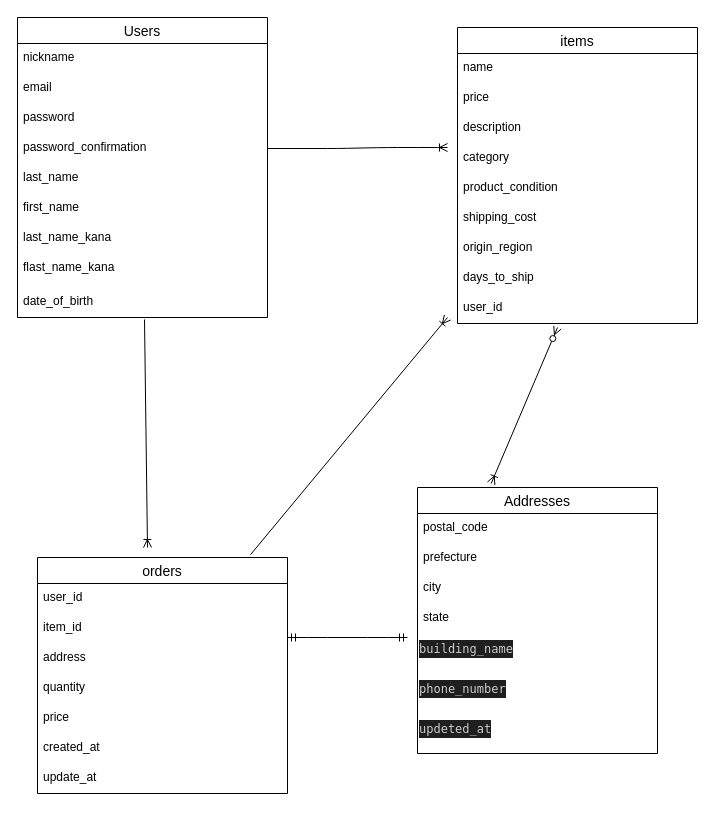
asoy1206upi/furima-39647 keeps this draw.io diagram as page "ページ1" (1 of 2) of app/views/test.dio. Above is the earlier version. Source tidied: cells renumbered, new cells numbered last; positions are measured from the earlier drawing's top-left corner, leaving out a move shared by most shapes. Both pictures are drawn from the tidied source at 100%, with x=0, y=0 at pixel (17, 17).
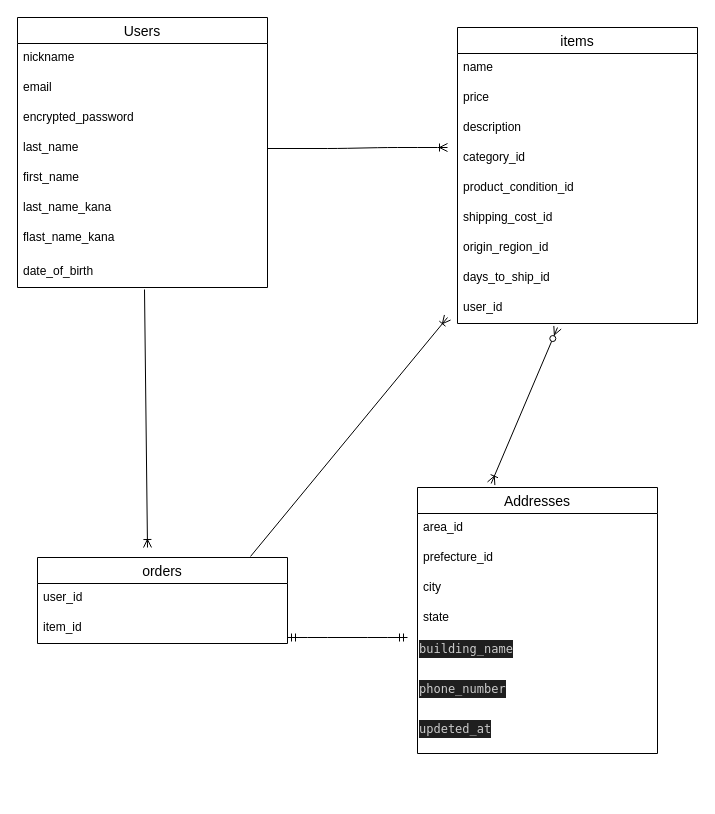
The same page after the edit.

The change refers to these unchanged cells:
```xml
<mxCell id="12" value="items" style="swimlane;fontStyle=0;horizontal=1;startSize=26;align=center;fontSize=14;" parent="1" vertex="1">
  <mxGeometry x="440" y="10" width="240" height="296" as="geometry" />
</mxCell>
<mxCell id="23" value="Addresses" style="swimlane;fontStyle=0;horizontal=1;startSize=26;align=center;fontSize=14;" parent="1" vertex="1">
  <mxGeometry x="400" y="470" width="240" height="266" as="geometry" />
</mxCell>
```

Diff of the diagram source:
```diff
@@
     <mxCell id="2" value="Users" style="swimlane;fontStyle=0;horizontal=1;startSize=26;align=center;fontSize=14;" parent="1" vertex="1">
-      <mxGeometry width="250" height="300" as="geometry" />
+      <mxGeometry width="250" height="270" as="geometry" />
     </mxCell>
@@
-    <mxCell id="5" value="password" style="text;strokeColor=none;fillColor=none;spacingLeft=4;spacingRight=4;overflow=hidden;fontSize=12;" parent="2" vertex="1">
+    <mxCell id="5" value="encrypted_password" style="text;strokeColor=none;fillColor=none;spacingLeft=4;spacingRight=4;overflow=hidden;fontSize=12;" parent="2" vertex="1">
       <mxGeometry y="86" width="250" height="30" as="geometry" />
     </mxCell>
-    <mxCell id="6" value="password_confirmation" style="text;strokeColor=none;fillColor=none;spacingLeft=4;spacingRight=4;overflow=hidden;points=[[0,0.5],[1,0.5]];portConstraint=eastwest;fontSize=12;" parent="2" vertex="1">
-      <mxGeometry y="116" width="250" height="30" as="geometry" />
-    </mxCell>
     <mxCell id="7" value="last_name" style="text;strokeColor=none;fillColor=none;spacingLeft=4;spacingRight=4;overflow=hidden;fontSize=12;" parent="2" vertex="1">
-      <mxGeometry y="146" width="250" height="30" as="geometry" />
+      <mxGeometry y="116" width="250" height="30" as="geometry" />
     </mxCell>
     <mxCell id="8" value="first_name" style="text;strokeColor=none;fillColor=none;spacingLeft=4;spacingRight=4;overflow=hidden;fontSize=12;" parent="2" vertex="1">
-      <mxGeometry y="176" width="250" height="30" as="geometry" />
+      <mxGeometry y="146" width="250" height="30" as="geometry" />
     </mxCell>
     <mxCell id="9" value="last_name_kana" style="text;strokeColor=none;fillColor=none;spacingLeft=4;spacingRight=4;overflow=hidden;fontSize=12;" parent="2" vertex="1">
-      <mxGeometry y="206" width="250" height="30" as="geometry" />
+      <mxGeometry y="176" width="250" height="30" as="geometry" />
     </mxCell>
     <mxCell id="10" value="flast_name_kana" style="text;strokeColor=none;fillColor=none;spacingLeft=4;spacingRight=4;overflow=hidden;fontSize=12;" parent="2" vertex="1">
-      <mxGeometry y="236" width="250" height="34" as="geometry" />
+      <mxGeometry y="206" width="250" height="34" as="geometry" />
     </mxCell>
     <mxCell id="11" value="date_of_birth" style="text;strokeColor=none;fillColor=none;spacingLeft=4;spacingRight=4;overflow=hidden;points=[[0,0.5],[1,0.5]];portConstraint=eastwest;fontSize=12;" parent="2" vertex="1">
-      <mxGeometry y="270" width="250" height="30" as="geometry" />
+      <mxGeometry y="240" width="250" height="30" as="geometry" />
     </mxCell>
@@
-    <mxCell id="16" value="category" style="text;strokeColor=none;fillColor=none;spacingLeft=4;spacingRight=4;overflow=hidden;fontSize=12;" parent="12" vertex="1">
+    <mxCell id="16" value="category_id" style="text;strokeColor=none;fillColor=none;spacingLeft=4;spacingRight=4;overflow=hidden;fontSize=12;" parent="12" vertex="1">
       <mxGeometry y="116" width="240" height="30" as="geometry" />
     </mxCell>
-    <mxCell id="17" value="product_condition" style="text;strokeColor=none;fillColor=none;spacingLeft=4;spacingRight=4;overflow=hidden;fontSize=12;" parent="12" vertex="1">
+    <mxCell id="17" value="product_condition_id" style="text;strokeColor=none;fillColor=none;spacingLeft=4;spacingRight=4;overflow=hidden;fontSize=12;" parent="12" vertex="1">
       <mxGeometry y="146" width="240" height="30" as="geometry" />
     </mxCell>
-    <mxCell id="18" value="shipping_cost" style="text;strokeColor=none;fillColor=none;spacingLeft=4;spacingRight=4;overflow=hidden;fontSize=12;" parent="12" vertex="1">
+    <mxCell id="18" value="shipping_cost_id" style="text;strokeColor=none;fillColor=none;spacingLeft=4;spacingRight=4;overflow=hidden;fontSize=12;" parent="12" vertex="1">
       <mxGeometry y="176" width="240" height="30" as="geometry" />
     </mxCell>
-    <mxCell id="19" value="origin_region" style="text;strokeColor=none;fillColor=none;spacingLeft=4;spacingRight=4;overflow=hidden;fontSize=12;" parent="12" vertex="1">
+    <mxCell id="19" value="origin_region_id" style="text;strokeColor=none;fillColor=none;spacingLeft=4;spacingRight=4;overflow=hidden;fontSize=12;" parent="12" vertex="1">
       <mxGeometry y="206" width="240" height="30" as="geometry" />
     </mxCell>
-    <mxCell id="20" value="days_to_ship " style="text;strokeColor=none;fillColor=none;spacingLeft=4;spacingRight=4;overflow=hidden;fontSize=12;" parent="12" vertex="1">
+    <mxCell id="20" value="days_to_ship_id" style="text;strokeColor=none;fillColor=none;spacingLeft=4;spacingRight=4;overflow=hidden;fontSize=12;" parent="12" vertex="1">
       <mxGeometry y="236" width="240" height="30" as="geometry" />
     </mxCell>
@@
-    <mxCell id="24" value="postal_code" style="text;strokeColor=none;fillColor=none;spacingLeft=4;spacingRight=4;overflow=hidden;fontSize=12;" parent="23" vertex="1">
+    <mxCell id="24" value="area_id" style="text;strokeColor=none;fillColor=none;spacingLeft=4;spacingRight=4;overflow=hidden;fontSize=12;" parent="23" vertex="1">
       <mxGeometry y="26" width="240" height="30" as="geometry" />
     </mxCell>
-    <mxCell id="25" value="prefecture" style="text;strokeColor=none;fillColor=none;spacingLeft=4;spacingRight=4;overflow=hidden;fontSize=12;" parent="23" vertex="1">
+    <mxCell id="25" value="prefecture_id" style="text;strokeColor=none;fillColor=none;spacingLeft=4;spacingRight=4;overflow=hidden;fontSize=12;" parent="23" vertex="1">
       <mxGeometry y="56" width="240" height="30" as="geometry" />
     </mxCell>
@@
     <mxCell id="31" value="orders" style="swimlane;fontStyle=0;horizontal=1;startSize=26;align=center;fontSize=14;" parent="1" vertex="1">
-      <mxGeometry x="20" y="540" width="250" height="236" as="geometry" />
+      <mxGeometry x="20" y="540" width="250" height="86" as="geometry" />
     </mxCell>
@@
-    <mxCell id="34" value="address" style="text;strokeColor=none;fillColor=none;spacingLeft=4;spacingRight=4;overflow=hidden;fontSize=12;" parent="31" vertex="1">
-      <mxGeometry y="86" width="250" height="30" as="geometry" />
-    </mxCell>
-    <mxCell id="35" value="quantity" style="text;strokeColor=none;fillColor=none;spacingLeft=4;spacingRight=4;overflow=hidden;fontSize=12;" parent="31" vertex="1">
-      <mxGeometry y="116" width="250" height="30" as="geometry" />
-    </mxCell>
-    <mxCell id="36" value="price" style="text;strokeColor=none;fillColor=none;spacingLeft=4;spacingRight=4;overflow=hidden;fontSize=12;" parent="31" vertex="1">
-      <mxGeometry y="146" width="250" height="30" as="geometry" />
-    </mxCell>
-    <mxCell id="37" value="created_at" style="text;strokeColor=none;fillColor=none;spacingLeft=4;spacingRight=4;overflow=hidden;fontSize=12;" parent="31" vertex="1">
-      <mxGeometry y="176" width="250" height="30" as="geometry" />
-    </mxCell>
-    <mxCell id="38" value="update_at" style="text;strokeColor=none;fillColor=none;spacingLeft=4;spacingRight=4;overflow=hidden;fontSize=12;" parent="31" vertex="1">
-      <mxGeometry y="206" width="250" height="30" as="geometry" />
-    </mxCell>
@@
-    <mxCell id="42" style="fontSize=12;html=1;endArrow=ERoneToMany;exitX=1;exitY=0.5;exitDx=0;exitDy=0;" parent="1" edge="1" source="6">
+    <mxCell id="42" style="fontSize=12;html=1;endArrow=ERoneToMany;exitX=1;exitY=0.5;exitDx=0;exitDy=0;" parent="1" edge="1">
       <mxGeometry relative="1" as="geometry">
+        <mxPoint x="250" y="131" as="sourcePoint" />
         <mxPoint x="430" y="130" as="targetPoint" />
         <Array as="points">
           <mxPoint x="320" y="131" />
           <mxPoint x="370" y="130" />
           <mxPoint x="410" y="130" />
         </Array>
       </mxGeometry>
     </mxCell>
```
